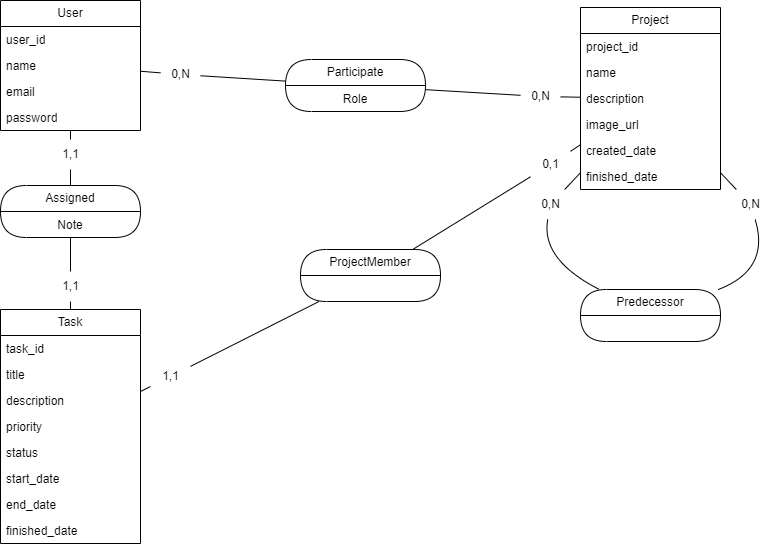
Earlier version of the draw.io export Conception/MCD de Mashru3.png (haki24gamer/Mashru3). Source tidied: cells renumbered, new cells last; positions are measured from the earlier drawing's top-left corner, leaving out a move shared by most shapes.
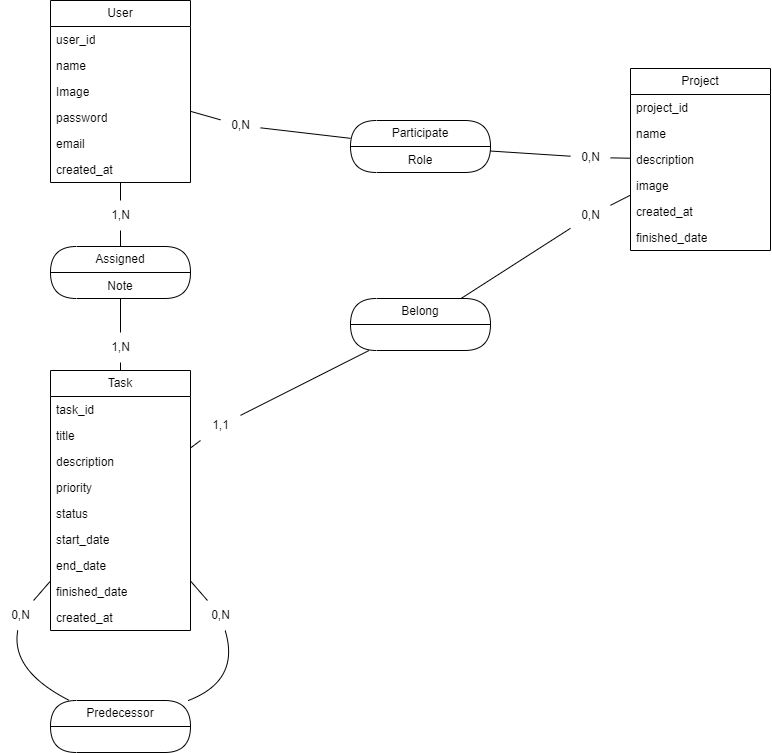
After the change.

Commit message:
modified:   Conception/MCD de Mashru3.drawio 	modified:   Conception/MCD de Mashru3.png 	new file:   Conception/bd.sql 	modified:   app.py

The edit, as a diff of the source:
```diff
@@ -3,7 +3,7 @@
     <mxCell id="0" />
     <mxCell id="1" parent="0" />
     <mxCell id="2" value="User" style="swimlane;fontStyle=0;horizontal=1;startSize=26;fillColor=none;whiteSpace=wrap;html=1;" parent="1" vertex="1">
-      <mxGeometry width="140" height="130" as="geometry" />
+      <mxGeometry y="-101" width="140" height="182" as="geometry" />
     </mxCell>
     <mxCell id="3" value="user_id" style="text;strokeColor=none;fillColor=none;align=left;verticalAlign=top;spacingLeft=4;spacingRight=4;overflow=hidden;whiteSpace=wrap;html=1;" parent="2" vertex="1">
       <mxGeometry y="26" width="140" height="26" as="geometry" />
@@ -11,14 +11,20 @@
     <mxCell id="4" value="name" style="text;strokeColor=none;fillColor=none;align=left;verticalAlign=top;spacingLeft=4;spacingRight=4;overflow=hidden;whiteSpace=wrap;html=1;" parent="2" vertex="1">
       <mxGeometry y="52" width="140" height="26" as="geometry" />
     </mxCell>
+    <mxCell id="53" value="Image" style="text;strokeColor=none;fillColor=none;align=left;verticalAlign=top;spacingLeft=4;spacingRight=4;overflow=hidden;whiteSpace=wrap;html=1;" parent="2" vertex="1">
+      <mxGeometry y="78" width="140" height="26" as="geometry" />
+    </mxCell>
+    <mxCell id="6" value="password" style="text;strokeColor=none;fillColor=none;align=left;verticalAlign=top;spacingLeft=4;spacingRight=4;overflow=hidden;whiteSpace=wrap;html=1;" parent="2" vertex="1">
+      <mxGeometry y="104" width="140" height="26" as="geometry" />
+    </mxCell>
     <mxCell id="5" value="email" style="text;strokeColor=none;fillColor=none;align=left;verticalAlign=top;spacingLeft=4;spacingRight=4;overflow=hidden;whiteSpace=wrap;html=1;" parent="2" vertex="1">
-      <mxGeometry y="78" width="140" height="26" as="geometry" />
+      <mxGeometry y="130" width="140" height="26" as="geometry" />
     </mxCell>
-    <mxCell id="6" value="password" style="text;strokeColor=none;fillColor=none;align=left;verticalAlign=top;spacingLeft=4;spacingRight=4;overflow=hidden;whiteSpace=wrap;html=1;" parent="2" vertex="1">
-      <mxGeometry y="104" width="140" height="26" as="geometry" />
-    </mxCell>
+    <mxCell id="54" value="created_at" style="text;strokeColor=none;fillColor=none;align=left;verticalAlign=top;spacingLeft=4;spacingRight=4;overflow=hidden;whiteSpace=wrap;html=1;" parent="2" vertex="1">
+      <mxGeometry y="156" width="140" height="26" as="geometry" />
+    </mxCell>
     <mxCell id="7" value="Task" style="swimlane;fontStyle=0;horizontal=1;startSize=26;fillColor=none;whiteSpace=wrap;html=1;" parent="1" vertex="1">
-      <mxGeometry y="309" width="140" height="234" as="geometry" />
+      <mxGeometry y="269" width="140" height="260" as="geometry" />
     </mxCell>
     <mxCell id="8" value="task_id" style="text;strokeColor=none;fillColor=none;align=left;verticalAlign=top;spacingLeft=4;spacingRight=4;overflow=hidden;whiteSpace=wrap;html=1;" parent="7" vertex="1">
       <mxGeometry y="26" width="140" height="26" as="geometry" />
@@ -44,8 +50,11 @@
     <mxCell id="15" value="finished_date" style="text;strokeColor=none;fillColor=none;align=left;verticalAlign=top;spacingLeft=4;spacingRight=4;overflow=hidden;whiteSpace=wrap;html=1;" parent="7" vertex="1">
       <mxGeometry y="208" width="140" height="26" as="geometry" />
     </mxCell>
+    <mxCell id="55" value="created_at" style="text;strokeColor=none;fillColor=none;align=left;verticalAlign=top;spacingLeft=4;spacingRight=4;overflow=hidden;whiteSpace=wrap;html=1;" parent="7" vertex="1">
+      <mxGeometry y="234" width="140" height="26" as="geometry" />
+    </mxCell>
     <mxCell id="16" value="Project" style="swimlane;fontStyle=0;horizontal=1;startSize=26;fillColor=none;whiteSpace=wrap;html=1;" parent="1" vertex="1">
-      <mxGeometry x="580" y="7" width="140" height="182" as="geometry" />
+      <mxGeometry x="580" y="-33" width="140" height="182" as="geometry" />
     </mxCell>
     <mxCell id="17" value="project_id" style="text;strokeColor=none;fillColor=none;align=left;verticalAlign=top;spacingLeft=4;spacingRight=4;overflow=hidden;whiteSpace=wrap;html=1;" parent="16" vertex="1">
       <mxGeometry y="26" width="140" height="26" as="geometry" />
@@ -56,10 +65,10 @@
     <mxCell id="19" value="description" style="text;strokeColor=none;fillColor=none;align=left;verticalAlign=top;spacingLeft=4;spacingRight=4;overflow=hidden;whiteSpace=wrap;html=1;" parent="16" vertex="1">
       <mxGeometry y="78" width="140" height="26" as="geometry" />
     </mxCell>
-    <mxCell id="20" value="image_url" style="text;strokeColor=none;fillColor=none;align=left;verticalAlign=top;spacingLeft=4;spacingRight=4;overflow=hidden;whiteSpace=wrap;html=1;" parent="16" vertex="1">
+    <mxCell id="20" value="image" style="text;strokeColor=none;fillColor=none;align=left;verticalAlign=top;spacingLeft=4;spacingRight=4;overflow=hidden;whiteSpace=wrap;html=1;" parent="16" vertex="1">
       <mxGeometry y="104" width="140" height="26" as="geometry" />
     </mxCell>
-    <mxCell id="21" value="created_date" style="text;strokeColor=none;fillColor=none;align=left;verticalAlign=top;spacingLeft=4;spacingRight=4;overflow=hidden;whiteSpace=wrap;html=1;" parent="16" vertex="1">
+    <mxCell id="21" value="created_at" style="text;strokeColor=none;fillColor=none;align=left;verticalAlign=top;spacingLeft=4;spacingRight=4;overflow=hidden;whiteSpace=wrap;html=1;" parent="16" vertex="1">
       <mxGeometry y="130" width="140" height="26" as="geometry" />
     </mxCell>
     <mxCell id="22" value="finished_date" style="text;strokeColor=none;fillColor=none;align=left;verticalAlign=top;spacingLeft=4;spacingRight=4;overflow=hidden;whiteSpace=wrap;html=1;" parent="16" vertex="1">
@@ -68,32 +77,32 @@
     <mxCell id="23" style="edgeStyle=orthogonalEdgeStyle;rounded=0;jettySize=auto;html=1;exitX=0.5;exitY=0;exitDx=0;exitDy=0;curved=0;endArrow=none;startFill=0;strokeColor=default;" parent="1" edge="1" source="42" target="2">
       <mxGeometry relative="1" as="geometry">
         <Array as="points">
-          <mxPoint x="70" y="139" />
+          <mxPoint x="70" y="99" />
         </Array>
       </mxGeometry>
     </mxCell>
     <mxCell id="24" value="Assigned" style="swimlane;fontStyle=0;horizontal=1;startSize=26;fillColor=none;whiteSpace=wrap;html=1;rounded=1;arcSize=39;" parent="1" vertex="1">
-      <mxGeometry y="185" width="140" height="52" as="geometry" />
+      <mxGeometry y="145" width="140" height="52" as="geometry" />
     </mxCell>
     <mxCell id="25" value="Note" style="text;strokeColor=none;fillColor=none;align=center;verticalAlign=top;spacingLeft=4;spacingRight=4;overflow=hidden;whiteSpace=wrap;html=1;" parent="24" vertex="1">
       <mxGeometry y="26" width="140" height="26" as="geometry" />
     </mxCell>
     <mxCell id="26" value="Participate" style="swimlane;fontStyle=0;horizontal=1;startSize=26;fillColor=none;whiteSpace=wrap;html=1;rounded=1;arcSize=39;" parent="1" vertex="1">
-      <mxGeometry x="285" y="59" width="140" height="52" as="geometry" />
+      <mxGeometry x="300" y="19" width="140" height="52" as="geometry" />
     </mxCell>
     <mxCell id="27" value="Role" style="text;strokeColor=none;fillColor=none;align=center;verticalAlign=top;spacingLeft=4;spacingRight=4;overflow=hidden;whiteSpace=wrap;html=1;" parent="26" vertex="1">
       <mxGeometry y="26" width="140" height="26" as="geometry" />
     </mxCell>
     <mxCell id="28" value="Predecessor" style="swimlane;fontStyle=0;horizontal=1;startSize=26;fillColor=none;whiteSpace=wrap;html=1;rounded=1;arcSize=39;" parent="1" vertex="1">
-      <mxGeometry x="580" y="289" width="140" height="52" as="geometry" />
+      <mxGeometry y="599" width="140" height="52" as="geometry" />
     </mxCell>
-    <mxCell id="29" value="ProjectMember" style="swimlane;fontStyle=0;horizontal=1;startSize=26;fillColor=none;whiteSpace=wrap;html=1;rounded=1;arcSize=39;" parent="1" vertex="1">
-      <mxGeometry x="300" y="249" width="140" height="52" as="geometry" />
+    <mxCell id="29" value="Belong" style="swimlane;fontStyle=0;horizontal=1;startSize=26;fillColor=none;whiteSpace=wrap;html=1;rounded=1;arcSize=39;" parent="1" vertex="1">
+      <mxGeometry x="300" y="197" width="140" height="52" as="geometry" />
     </mxCell>
     <mxCell id="30" style="edgeStyle=orthogonalEdgeStyle;rounded=0;jettySize=auto;html=1;curved=0;endArrow=none;startFill=0;" parent="1" edge="1" source="38" target="24">
       <mxGeometry relative="1" as="geometry">
         <Array as="points">
-          <mxPoint x="70" y="289" />
+          <mxPoint x="70" y="249" />
         </Array>
       </mxGeometry>
     </mxCell>
@@ -109,75 +118,75 @@
     <mxCell id="34" style="rounded=0;jettySize=auto;html=1;endArrow=none;startFill=0;" parent="1" edge="1" source="46" target="16">
       <mxGeometry relative="1" as="geometry" />
     </mxCell>
-    <mxCell id="35" style="rounded=0;jettySize=auto;html=1;endArrow=none;startFill=0;curved=1;" parent="1" edge="1" source="48" target="16">
+    <mxCell id="35" style="rounded=0;jettySize=auto;html=1;endArrow=none;startFill=0;curved=1;" parent="1" edge="1" source="48" target="7">
       <mxGeometry relative="1" as="geometry" />
     </mxCell>
-    <mxCell id="36" style="rounded=0;jettySize=auto;html=1;endArrow=none;startFill=0;curved=1;" parent="1" edge="1" source="49" target="16">
+    <mxCell id="36" style="rounded=0;jettySize=auto;html=1;endArrow=none;startFill=0;curved=1;" parent="1" edge="1" source="49" target="7">
       <mxGeometry relative="1" as="geometry" />
     </mxCell>
     <mxCell id="37" style="edgeStyle=orthogonalEdgeStyle;rounded=0;jettySize=auto;html=1;curved=0;endArrow=none;startFill=0;" parent="1" edge="1" source="7" target="38">
       <mxGeometry relative="1" as="geometry">
         <Array as="points">
-          <mxPoint x="70" y="289" />
+          <mxPoint x="70" y="249" />
         </Array>
       </mxGeometry>
     </mxCell>
-    <mxCell id="38" value="1,1" style="text;html=1;align=center;verticalAlign=middle;points=[];strokeColor=none;fillColor=none;" parent="1" vertex="1">
-      <mxGeometry x="50" y="271" width="40" height="30" as="geometry" />
+    <mxCell id="38" value="1,N" style="text;html=1;align=center;verticalAlign=middle;points=[];strokeColor=none;fillColor=none;" parent="1" vertex="1">
+      <mxGeometry x="50" y="231" width="40" height="30" as="geometry" />
     </mxCell>
     <mxCell id="39" style="rounded=0;jettySize=auto;html=1;endArrow=none;startFill=0;" parent="1" edge="1" source="7" target="40">
       <mxGeometry relative="1" as="geometry" />
     </mxCell>
     <mxCell id="40" value="1,1" style="text;html=1;align=center;verticalAlign=middle;points=[];strokeColor=none;fillColor=none;" parent="1" vertex="1">
-      <mxGeometry x="150" y="361" width="40" height="30" as="geometry" />
+      <mxGeometry x="150" y="309" width="40" height="30" as="geometry" />
     </mxCell>
     <mxCell id="41" style="edgeStyle=orthogonalEdgeStyle;rounded=0;jettySize=auto;html=1;exitX=0.5;exitY=0;exitDx=0;exitDy=0;curved=0;endArrow=none;startFill=0;strokeColor=default;" parent="1" edge="1" source="24" target="42">
       <mxGeometry relative="1" as="geometry">
         <Array as="points">
-          <mxPoint x="70" y="139" />
+          <mxPoint x="70" y="99" />
         </Array>
       </mxGeometry>
     </mxCell>
-    <mxCell id="42" value="1,1" style="text;html=1;align=center;verticalAlign=middle;points=[];strokeColor=none;fillColor=none;" parent="1" vertex="1">
-      <mxGeometry x="50" y="139" width="40" height="30" as="geometry" />
+    <mxCell id="42" value="1,N" style="text;html=1;align=center;verticalAlign=middle;points=[];strokeColor=none;fillColor=none;" parent="1" vertex="1">
+      <mxGeometry x="50" y="99" width="40" height="30" as="geometry" />
     </mxCell>
     <mxCell id="43" style="rounded=0;jettySize=auto;html=1;endArrow=none;startFill=0;" parent="1" edge="1" source="2" target="44">
       <mxGeometry relative="1" as="geometry" />
     </mxCell>
     <mxCell id="44" value="0,N" style="text;html=1;align=center;verticalAlign=middle;points=[];strokeColor=none;fillColor=none;" parent="1" vertex="1">
-      <mxGeometry x="160" y="59" width="40" height="30" as="geometry" />
+      <mxGeometry x="170" y="9" width="40" height="30" as="geometry" />
     </mxCell>
     <mxCell id="45" style="rounded=0;jettySize=auto;html=1;endArrow=none;startFill=0;" parent="1" edge="1" source="26" target="46">
       <mxGeometry relative="1" as="geometry" />
     </mxCell>
     <mxCell id="46" value="0,N" style="text;html=1;align=center;verticalAlign=middle;points=[];strokeColor=none;fillColor=none;" parent="1" vertex="1">
-      <mxGeometry x="520" y="81" width="40" height="30" as="geometry" />
+      <mxGeometry x="520" y="41" width="40" height="30" as="geometry" />
     </mxCell>
     <mxCell id="47" style="rounded=0;jettySize=auto;html=1;endArrow=none;startFill=0;curved=1;" parent="1" edge="1" source="28" target="48">
       <mxGeometry relative="1" as="geometry">
         <Array as="points">
-          <mxPoint x="540" y="259" />
+          <mxPoint x="-40" y="569" />
         </Array>
       </mxGeometry>
     </mxCell>
     <mxCell id="48" value="0,N" style="text;html=1;align=center;verticalAlign=middle;points=[];strokeColor=none;fillColor=none;" parent="1" vertex="1">
-      <mxGeometry x="530" y="189" width="40" height="30" as="geometry" />
+      <mxGeometry x="-50" y="499" width="40" height="30" as="geometry" />
     </mxCell>
     <mxCell id="49" value="0,N" style="text;html=1;align=center;verticalAlign=middle;points=[];strokeColor=none;fillColor=none;" parent="1" vertex="1">
-      <mxGeometry x="730" y="189" width="40" height="30" as="geometry" />
+      <mxGeometry x="150" y="499" width="40" height="30" as="geometry" />
     </mxCell>
     <mxCell id="50" style="rounded=0;jettySize=auto;html=1;endArrow=none;startFill=0;curved=1;" parent="1" edge="1" source="28" target="49">
       <mxGeometry relative="1" as="geometry">
         <Array as="points">
-          <mxPoint x="770" y="269" />
+          <mxPoint x="190" y="579" />
         </Array>
       </mxGeometry>
     </mxCell>
     <mxCell id="51" style="rounded=0;jettySize=auto;html=1;endArrow=none;startFill=0;" parent="1" edge="1" source="29" target="52">
       <mxGeometry relative="1" as="geometry" />
     </mxCell>
-    <mxCell id="52" value="0,1" style="text;html=1;align=center;verticalAlign=middle;points=[];strokeColor=none;fillColor=none;" parent="1" vertex="1">
-      <mxGeometry x="530" y="149" width="40" height="30" as="geometry" />
+    <mxCell id="52" value="0,N" style="text;html=1;align=center;verticalAlign=middle;points=[];strokeColor=none;fillColor=none;" parent="1" vertex="1">
+      <mxGeometry x="520" y="99" width="40" height="30" as="geometry" />
     </mxCell>
   </root>
 </mxGraphModel>
```
